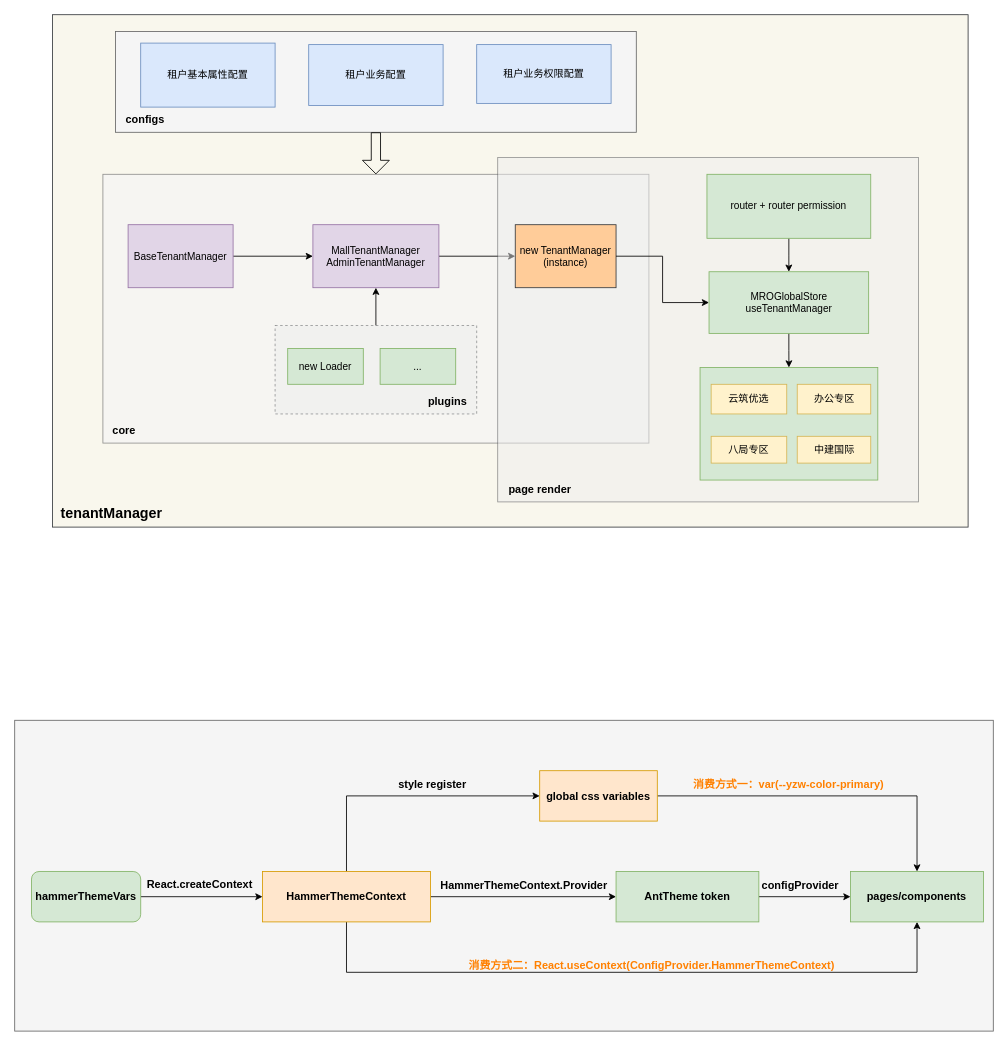
This is page "tenantManger" (1 of 3) of src/商城.drawio from jxiangji/drawio-sources, a draw.io file, before an edit. Source tidied: cells renumbered, new cells numbered last; positions are measured from the earlier drawing's top-left corner, leaving out a move shared by most shapes. Both pictures are drawn from the tidied source at 84%, with x=0, y=0 at pixel (14, 14).
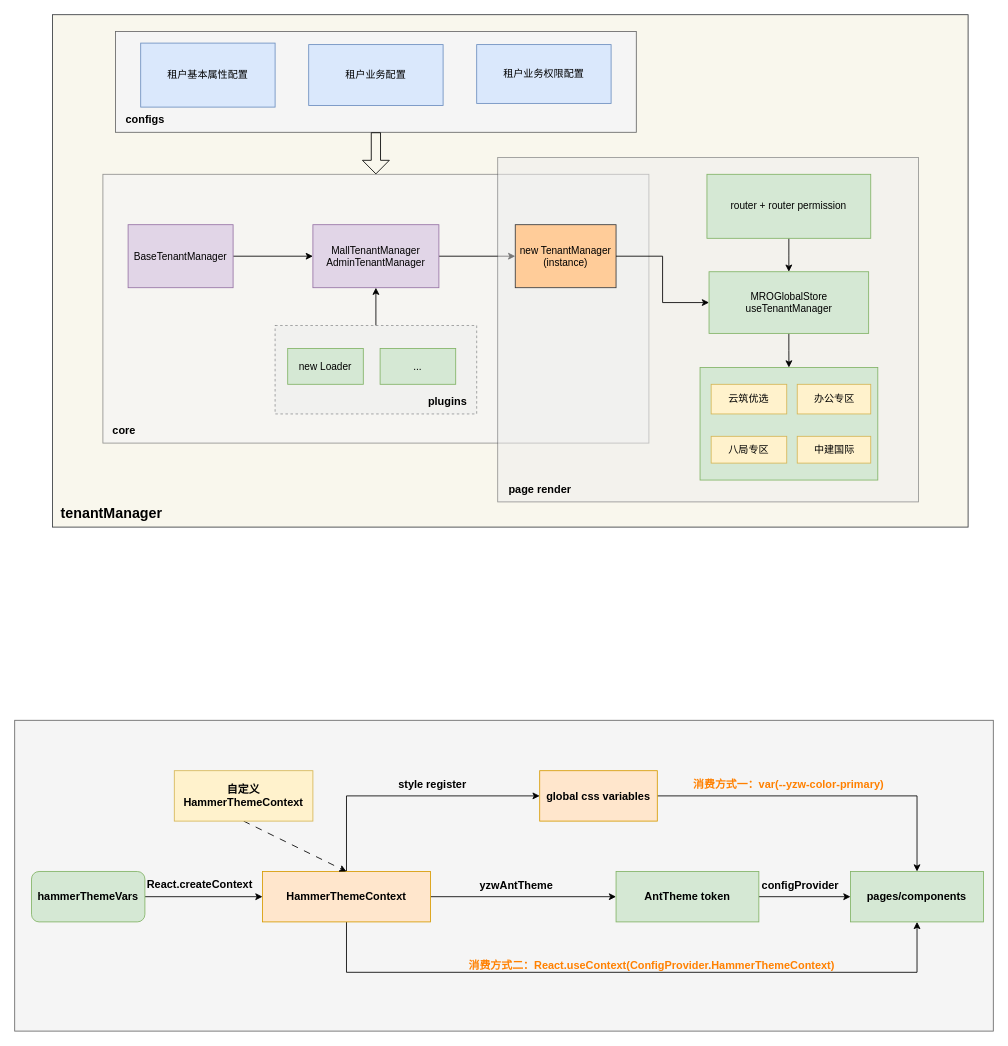
Above is the later version.

Unchanged cells that the change refers to:
```xml
<mxCell id="37" style="rounded=0;jettySize=auto;html=1;edgeStyle=orthogonalEdgeStyle;fontStyle=1;fontSize=13;" parent="1" edge="1" source="43" target="46">
  <mxGeometry relative="1" as="geometry" />
</mxCell>
<mxCell id="43" value="HammerThemeContext" style="rounded=0;whiteSpace=wrap;html=1;fontStyle=1;fontSize=13;fillColor=#ffe6cc;strokeColor=#d79b00;" parent="1" vertex="1">
  <mxGeometry x="295" y="1020" width="200" height="60" as="geometry" />
</mxCell>
```

Diff of the diagram source:
```diff
@@
-    <mxCell id="2" style="rounded=0;whiteSpace=wrap;html=1;fillColor=#f5f5f5;fontColor=#333333;strokeColor=#666666;" parent="1" vertex="1">
+    <mxCell id="2" style="rounded=0;whiteSpace=wrap;html=1;fillColor=#f5f5f5;fontColor=#333333;strokeColor=#666666;fontSize=13;" parent="1" vertex="1">
       <mxGeometry y="840" width="1165" height="370" as="geometry" />
     </mxCell>
@@
     <mxCell id="36" value="hammerThemeVars" style="rounded=1;whiteSpace=wrap;html=1;fillColor=#d5e8d4;strokeColor=#82b366;fontStyle=1;fontSize=13;" parent="1" vertex="1">
-      <mxGeometry x="20" y="1020" width="130" height="60" as="geometry" />
+      <mxGeometry x="20" y="1020" width="135" height="60" as="geometry" />
     </mxCell>
@@
-    <mxCell id="38" value="HammerThemeContext.Provider" style="edgeLabel;html=1;align=center;verticalAlign=middle;fontStyle=1;fontSize=13;labelBackgroundColor=none;" parent="37" vertex="1">
+    <mxCell id="38" value="yzwAntTheme" style="edgeLabel;html=1;align=center;verticalAlign=middle;fontStyle=1;fontSize=13;labelBackgroundColor=none;" parent="37" vertex="1">
       <mxGeometry x="-0.04" y="4" relative="1" as="geometry">
-        <mxPoint x="4" y="-11" as="offset" />
+        <mxPoint x="-5" y="-11" as="offset" />
       </mxGeometry>
     </mxCell>
@@
+    <mxCell id="52" style="rounded=0;jettySize=auto;html=1;entryX=0.5;entryY=0;entryDx=0;entryDy=0;dashed=1;dashPattern=8 8;exitX=0.5;exitY=1;exitDx=0;exitDy=0;fontSize=13;" parent="1" edge="1" source="53" target="43">
+      <mxGeometry relative="1" as="geometry" />
+    </mxCell>
+    <mxCell id="53" value="自定义HammerThemeContext" style="rounded=0;whiteSpace=wrap;html=1;fillColor=#fff2cc;strokeColor=#d6b656;fontStyle=1;fontSize=13;" parent="1" vertex="1">
+      <mxGeometry x="190" y="900" width="165" height="60" as="geometry" />
+    </mxCell>
```
